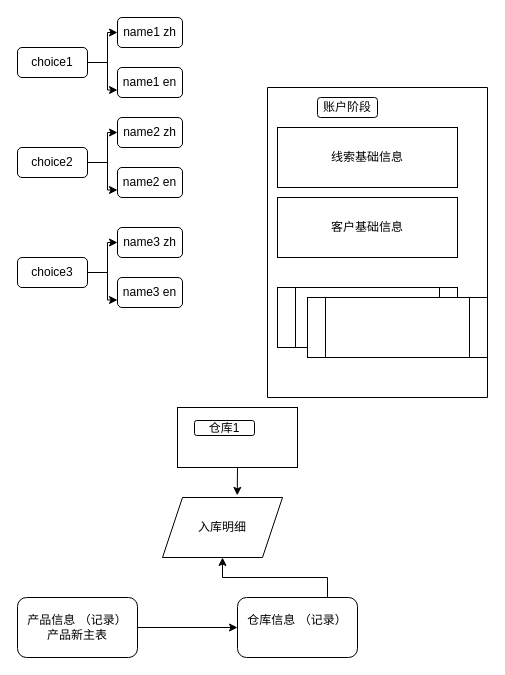
Above: page "Entity" (3 of 5) of ERDiagram.drawio in sbosleo/sbosmobile (draw.io), before the change. Source tidied: cells renumbered, new cells numbered last; positions are measured from the earlier drawing's top-left corner, leaving out a move shared by most shapes. Both pictures are drawn from the tidied source at 100%, with x=0, y=0 at pixel (17, 17).
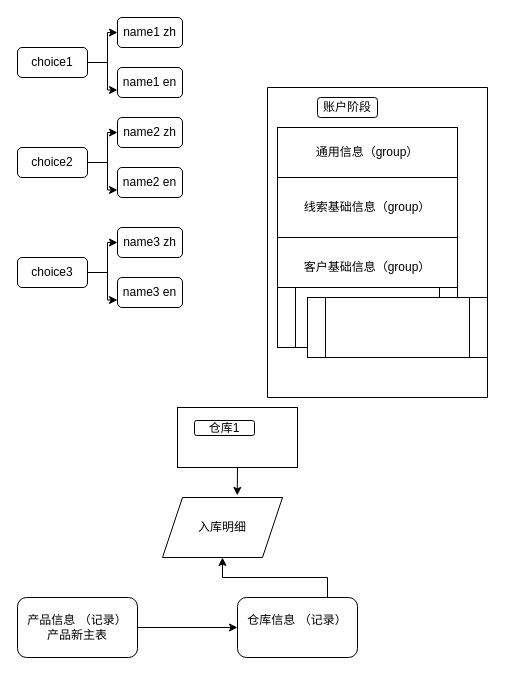
The same diagram, later.

The change refers to these unchanged cells:
```xml
<mxCell id="2" style="swimlane;startSize=0;" parent="1" vertex="1">
  <mxGeometry x="250" y="70" width="220" height="310" as="geometry" />
</mxCell>
```

What changed in the source:
```diff
@@
-    <mxCell id="3" value="线索基础信息" style="rounded=0;whiteSpace=wrap;html=1;" parent="2" vertex="1">
-      <mxGeometry x="10" y="40" width="180" height="60" as="geometry" />
+    <mxCell id="3" value="线索基础信息（group）" style="rounded=0;whiteSpace=wrap;html=1;" parent="2" vertex="1">
+      <mxGeometry x="10" y="90" width="180" height="60" as="geometry" />
     </mxCell>
-    <mxCell id="4" value="客户基础信息" style="rounded=0;whiteSpace=wrap;html=1;" parent="2" vertex="1">
-      <mxGeometry x="10" y="110" width="180" height="60" as="geometry" />
+    <mxCell id="4" value="客户基础信息（group）" style="rounded=0;whiteSpace=wrap;html=1;" parent="2" vertex="1">
+      <mxGeometry x="10" y="150" width="180" height="60" as="geometry" />
     </mxCell>
@@
+    <mxCell id="31" value="通用信息（group）" style="rounded=0;whiteSpace=wrap;html=1;" parent="2" vertex="1">
+      <mxGeometry x="10" y="40" width="180" height="50" as="geometry" />
+    </mxCell>
```
